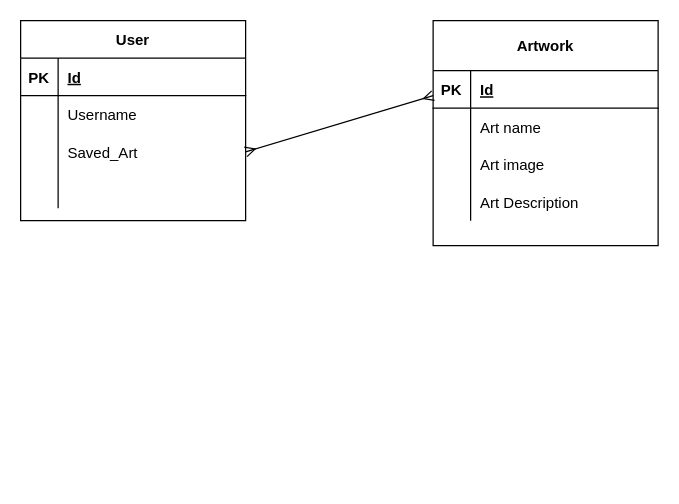
Above: ERD.drawio in Agrate0718/Art-api (draw.io), before the change. Source tidied: cells renumbered, new cells numbered last; positions are measured from the earlier drawing's top-left corner, leaving out a move shared by most shapes. Both pictures are drawn from the tidied source at 125%, with x=0, y=0 at pixel (20, 20).
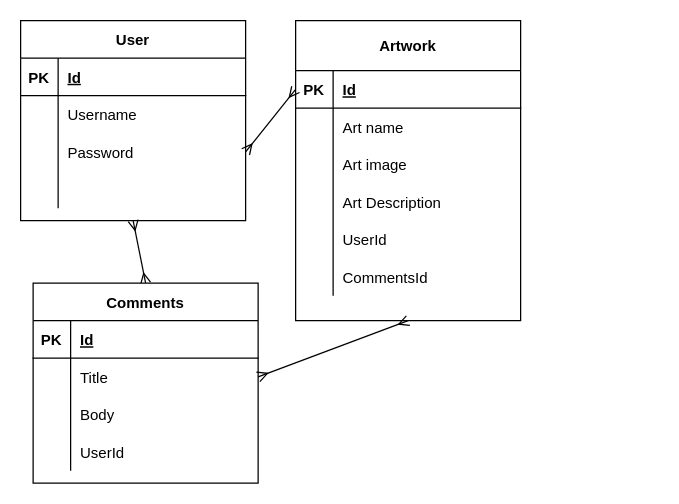
The same page after the edit.

Unchanged cells that the change refers to:
```xml
<mxCell id="2" value="User" style="shape=table;startSize=30;childLayout=tableLayout;rowLines=0;fontStyle=1;align=center;" parent="1" vertex="1">
  <mxGeometry width="180" height="160" as="geometry" />
</mxCell>
<mxCell id="9" style="shape=partialRectangle;fillColor=none;top=0;left=0;bottom=0;right=0;points=[[0,0.5],[1,0.5]];portConstraint=eastwest;" parent="2" vertex="1">
  <mxGeometry y="90" width="180" height="30" as="geometry" />
</mxCell>
<mxCell id="16" style="shape=partialRectangle;fillColor=none;top=0;left=0;bottom=1;right=0;points=[[0,0.5],[1,0.5]];portConstraint=eastwest;" parent="15" vertex="1">
  <mxGeometry y="40" width="180" height="30" as="geometry" />
</mxCell>
```

What changed in the source:
```diff
@@
-    <mxCell id="11" value="Saved_Art" style="shape=partialRectangle;fillColor=none;top=0;left=0;bottom=0;right=0;align=left;spacingLeft=6;overflow=hidden;" parent="9" vertex="1">
+    <mxCell id="11" value="Password" style="shape=partialRectangle;fillColor=none;top=0;left=0;bottom=0;right=0;align=left;spacingLeft=6;overflow=hidden;" parent="9" vertex="1">
       <mxGeometry x="30" width="150" height="30" as="geometry" />
     </mxCell>
@@
+    <mxCell id="29" style="edgeStyle=none;html=1;exitX=0.5;exitY=1;exitDx=0;exitDy=0;" parent="1" edge="1" source="15">
+      <mxGeometry relative="1" as="geometry">
+        <mxPoint x="310" y="240" as="targetPoint" />
+      </mxGeometry>
+    </mxCell>
     <mxCell id="15" value="Artwork" style="shape=table;startSize=40;childLayout=tableLayout;rowLines=0;fontStyle=1;align=center;" parent="1" vertex="1">
-      <mxGeometry x="330" width="180" height="180" as="geometry" />
+      <mxGeometry x="220" width="180" height="240" as="geometry" />
     </mxCell>
@@
+    <mxCell id="30" style="shape=partialRectangle;fillColor=none;top=0;left=0;bottom=0;right=0;" parent="15" vertex="1">
+      <mxGeometry y="160" width="180" height="30" as="geometry" />
+    </mxCell>
+    <mxCell id="31" style="shape=partialRectangle;fillColor=none;top=0;left=0;bottom=0;right=0;overflow=hidden;" parent="30" vertex="1">
+      <mxGeometry width="30" height="30" as="geometry" />
+    </mxCell>
+    <mxCell id="32" value="UserId" style="shape=partialRectangle;fillColor=none;top=0;left=0;bottom=0;right=0;align=left;spacingLeft=6;overflow=hidden;" parent="30" vertex="1">
+      <mxGeometry x="30" width="150" height="30" as="geometry" />
+    </mxCell>
+    <mxCell id="33" style="shape=partialRectangle;fillColor=none;top=0;left=0;bottom=0;right=0;" parent="15" vertex="1">
+      <mxGeometry y="190" width="180" height="30" as="geometry" />
+    </mxCell>
+    <mxCell id="34" style="shape=partialRectangle;fillColor=none;top=0;left=0;bottom=0;right=0;overflow=hidden;" parent="33" vertex="1">
+      <mxGeometry width="30" height="30" as="geometry" />
+    </mxCell>
+    <mxCell id="35" value="CommentsId" style="shape=partialRectangle;fillColor=none;top=0;left=0;bottom=0;right=0;align=left;spacingLeft=6;overflow=hidden;" parent="33" vertex="1">
+      <mxGeometry x="30" width="150" height="30" as="geometry" />
+    </mxCell>
-    <mxCell id="28" style="edgeStyle=none;html=1;exitX=1;exitY=0.5;exitDx=0;exitDy=0;endArrow=ERmany;endFill=0;startArrow=ERmany;startFill=0;" parent="1" edge="1" source="9">
-      <mxGeometry relative="1" as="geometry">
-        <mxPoint x="330" y="60" as="targetPoint" />
-      </mxGeometry>
+    <mxCell id="28" style="edgeStyle=none;html=1;exitX=1;exitY=0.5;exitDx=0;exitDy=0;endArrow=ERmany;endFill=0;startArrow=ERmany;startFill=0;entryX=0;entryY=0.5;entryDx=0;entryDy=0;" parent="1" edge="1" source="9" target="16">
+      <mxGeometry relative="1" as="geometry" />
     </mxCell>
+    <mxCell id="36" style="edgeStyle=none;html=1;exitX=0.5;exitY=0;exitDx=0;exitDy=0;entryX=0.5;entryY=1;entryDx=0;entryDy=0;endArrow=ERmany;endFill=0;startArrow=ERmany;startFill=0;" parent="1" edge="1" source="37" target="2">
+      <mxGeometry relative="1" as="geometry" />
+    </mxCell>
+    <mxCell id="37" value="Comments" style="shape=table;startSize=30;childLayout=tableLayout;rowLines=0;fontStyle=1;align=center;" parent="1" vertex="1">
+      <mxGeometry x="10" y="210" width="180" height="160" as="geometry" />
+    </mxCell>
+    <mxCell id="38" style="shape=partialRectangle;fillColor=none;top=0;left=0;bottom=1;right=0;" parent="37" vertex="1">
+      <mxGeometry y="30" width="180" height="30" as="geometry" />
+    </mxCell>
+    <mxCell id="39" value="PK" style="shape=partialRectangle;fillColor=none;top=0;left=0;bottom=0;right=0;fontStyle=1;overflow=hidden;" parent="38" vertex="1">
+      <mxGeometry width="30" height="30" as="geometry" />
+    </mxCell>
+    <mxCell id="40" value="Id" style="shape=partialRectangle;fillColor=none;top=0;left=0;bottom=0;right=0;align=left;spacingLeft=6;fontStyle=5;overflow=hidden;" parent="38" vertex="1">
+      <mxGeometry x="30" width="150" height="30" as="geometry" />
+    </mxCell>
+    <mxCell id="41" style="shape=partialRectangle;fillColor=none;top=0;left=0;bottom=0;right=0;points=[[0,0.5],[1,0.5]];portConstraint=eastwest;" parent="37" vertex="1">
+      <mxGeometry y="60" width="180" height="30" as="geometry" />
+    </mxCell>
+    <mxCell id="42" style="shape=partialRectangle;fillColor=none;top=0;left=0;bottom=0;right=0;overflow=hidden;" parent="41" vertex="1">
+      <mxGeometry width="30" height="30" as="geometry" />
+    </mxCell>
+    <mxCell id="43" value="Title" style="shape=partialRectangle;fillColor=none;top=0;left=0;bottom=0;right=0;align=left;spacingLeft=6;overflow=hidden;" parent="41" vertex="1">
+      <mxGeometry x="30" width="150" height="30" as="geometry" />
+    </mxCell>
+    <mxCell id="44" style="shape=partialRectangle;fillColor=none;top=0;left=0;bottom=0;right=0;" parent="37" vertex="1">
+      <mxGeometry y="90" width="180" height="30" as="geometry" />
+    </mxCell>
+    <mxCell id="45" style="shape=partialRectangle;fillColor=none;top=0;left=0;bottom=0;right=0;overflow=hidden;" parent="44" vertex="1">
+      <mxGeometry width="30" height="30" as="geometry" />
+    </mxCell>
+    <mxCell id="46" value="Body" style="shape=partialRectangle;fillColor=none;top=0;left=0;bottom=0;right=0;align=left;spacingLeft=6;overflow=hidden;" parent="44" vertex="1">
+      <mxGeometry x="30" width="150" height="30" as="geometry" />
+    </mxCell>
+    <mxCell id="47" style="shape=partialRectangle;fillColor=none;top=0;left=0;bottom=0;right=0;" parent="37" vertex="1">
+      <mxGeometry y="120" width="180" height="30" as="geometry" />
+    </mxCell>
+    <mxCell id="48" style="shape=partialRectangle;fillColor=none;top=0;left=0;bottom=0;right=0;overflow=hidden;" parent="47" vertex="1">
+      <mxGeometry width="30" height="30" as="geometry" />
+    </mxCell>
+    <mxCell id="49" value="UserId" style="shape=partialRectangle;fillColor=none;top=0;left=0;bottom=0;right=0;align=left;spacingLeft=6;overflow=hidden;" parent="47" vertex="1">
+      <mxGeometry x="30" width="150" height="30" as="geometry" />
+    </mxCell>
+    <mxCell id="50" style="edgeStyle=none;html=1;exitX=1;exitY=0.5;exitDx=0;exitDy=0;entryX=0.5;entryY=1;entryDx=0;entryDy=0;endArrow=ERmany;endFill=0;startArrow=ERmany;startFill=0;" parent="1" edge="1" source="41" target="15">
+      <mxGeometry relative="1" as="geometry" />
+    </mxCell>
```
